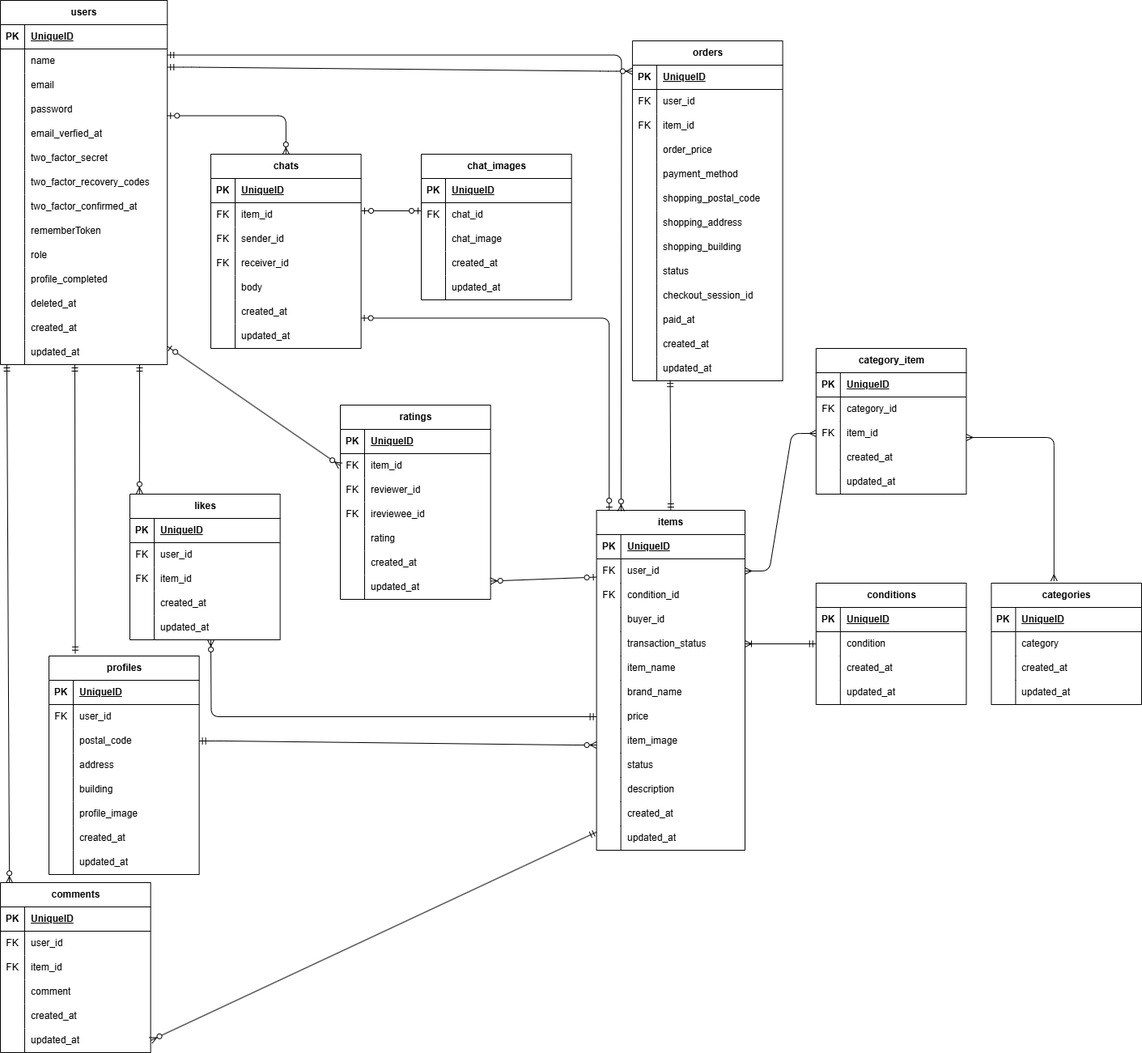
The draw.io diagram flea.drawio.png in kenta-10043/coachtech-flea, before a commit. Source tidied: cells renumbered, new cells last; positions are measured from the earlier drawing's top-left corner, leaving out a move shared by most shapes.
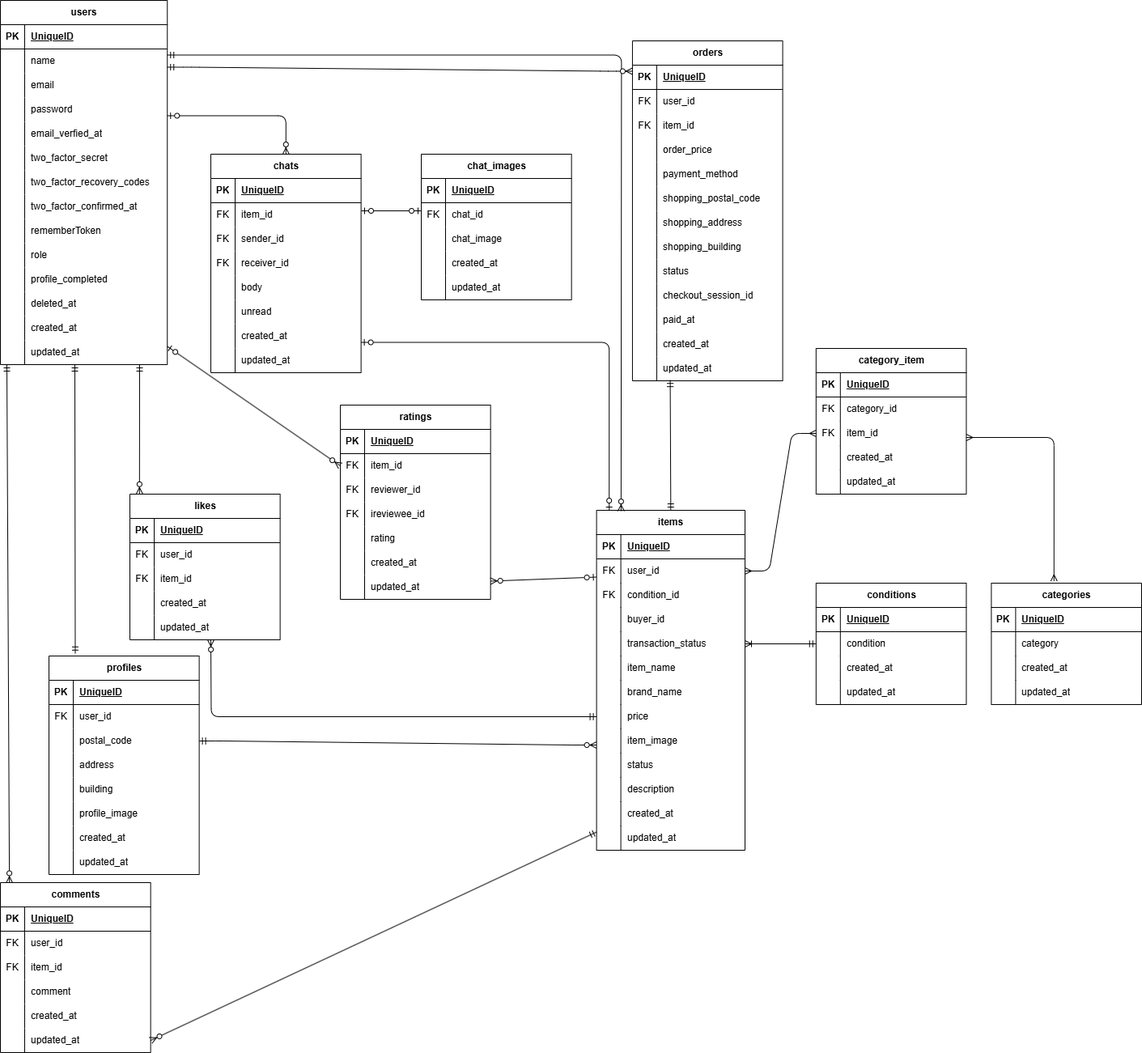
After the change.

Change to the diagram source:
```diff
@@ -404,7 +404,7 @@
       <mxGeometry x="30" width="155.6" height="30" as="geometry" />
     </mxCell>
     <mxCell id="131" value="chats" style="shape=table;startSize=30;rowLines=0;fontStyle=1;align=center;html=1;" parent="2" vertex="1">
-      <mxGeometry x="170" y="100" width="185.6" height="240" as="geometry" />
+      <mxGeometry x="170" y="100" width="185.6" height="270" as="geometry" />
     </mxCell>
     <mxCell id="132" style="shape=tableRow;horizontal=0;startSize=0;swimlaneHead=0;swimlaneBody=0;fillColor=none;top=0;left=0;right=0;bottom=1;" parent="131" vertex="1">
       <mxGeometry y="30" width="185.6" height="30" as="geometry" />
@@ -451,8 +451,17 @@
     <mxCell id="146" value="body" style="shape=partialRectangle;fillColor=none;top=0;left=0;bottom=0;right=0;align=left;spacingLeft=6;overflow=hidden;whiteSpace=wrap;html=1;" parent="144" vertex="1">
       <mxGeometry x="30" width="155.6" height="30" as="geometry" />
     </mxCell>
+    <mxCell id="305" style="shape=tableRow;horizontal=0;startSize=0;swimlaneHead=0;swimlaneBody=0;fillColor=none;top=0;left=0;right=0;bottom=0;" parent="131" vertex="1">
+      <mxGeometry y="180" width="185.6" height="30" as="geometry" />
+    </mxCell>
+    <mxCell id="306" style="shape=partialRectangle;fillColor=none;top=0;left=0;bottom=0;right=0;overflow=hidden;whiteSpace=wrap;html=1;" parent="305" vertex="1">
+      <mxGeometry width="30" height="30" as="geometry" />
+    </mxCell>
+    <mxCell id="307" value="&lt;span style=&quot;color: rgb(0, 0, 0);&quot;&gt;unread&lt;/span&gt;" style="shape=partialRectangle;fillColor=none;top=0;left=0;bottom=0;right=0;align=left;spacingLeft=6;overflow=hidden;whiteSpace=wrap;html=1;" parent="305" vertex="1">
+      <mxGeometry x="30" width="155.6" height="30" as="geometry" />
+    </mxCell>
     <mxCell id="147" style="shape=tableRow;horizontal=0;startSize=0;swimlaneHead=0;swimlaneBody=0;fillColor=none;top=0;left=0;right=0;bottom=0;" parent="131" vertex="1">
-      <mxGeometry y="180" width="185.6" height="30" as="geometry" />
+      <mxGeometry y="210" width="185.6" height="30" as="geometry" />
     </mxCell>
     <mxCell id="148" style="shape=partialRectangle;fillColor=none;top=0;left=0;bottom=0;right=0;overflow=hidden;whiteSpace=wrap;html=1;" parent="147" vertex="1">
       <mxGeometry width="30" height="30" as="geometry" />
@@ -461,7 +470,7 @@
       <mxGeometry x="30" width="155.6" height="30" as="geometry" />
     </mxCell>
     <mxCell id="150" style="shape=tableRow;horizontal=0;startSize=0;swimlaneHead=0;swimlaneBody=0;fillColor=none;top=0;left=0;right=0;bottom=0;" parent="131" vertex="1">
-      <mxGeometry y="210" width="185.6" height="30" as="geometry" />
+      <mxGeometry y="240" width="185.6" height="30" as="geometry" />
     </mxCell>
     <mxCell id="151" style="shape=partialRectangle;fillColor=none;top=0;left=0;bottom=0;right=0;overflow=hidden;whiteSpace=wrap;html=1;" parent="150" vertex="1">
       <mxGeometry width="30" height="30" as="geometry" />
```
